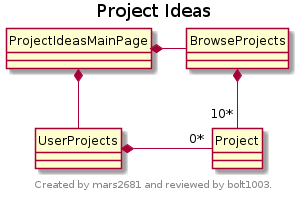
uidaho/cs383 keeps this PlantUML diagram as Deliverables/Master Requirements Specification/diagrams/class-ProjectIdeas.png. Above is the earlier version.
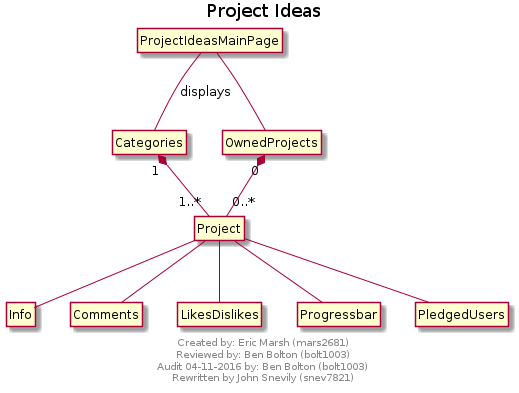
Above is the later version.

What changed in the source:
```diff
@@ -1,26 +1,25 @@
 @startuml
 title Project Ideas
+scale max 700 width
+
 footer
-Created by mars2681 and reviewed by bolt1003.
+Created by: Eric Marsh (mars2681)
+Reviewed by: Ben Bolton (bolt1003)
+Audit 04-11-2016 by: Ben Bolton (bolt1003)
+Rewritten by John Snevily (snev7821)
 endfooter
+
 hide circles
+hide members
 
-class ProjectIdeasMainPage {
-}
-
-class UserProjects{
-}
-
-class BrowseProjects{
-}
-
-class Project{
-}
-
-
-ProjectIdeasMainPage *-down-  UserProjects
-ProjectIdeasMainPage *-right-  BrowseProjects
-UserProjects *-right- "0*" Project
-BrowseProjects *-down- "10*" Project
+ProjectIdeasMainPage -down-  Categories : displays
+ProjectIdeasMainPage -- OwnedProjects
+OwnedProjects "0" *-- "0..*"Project
+Categories "1" *-down- "1..*" Project
+Project -- Info
+Project -- Comments
+Project -- LikesDislikes
+Project -- Progressbar
+Project -- PledgedUsers
 
 @enduml
```
